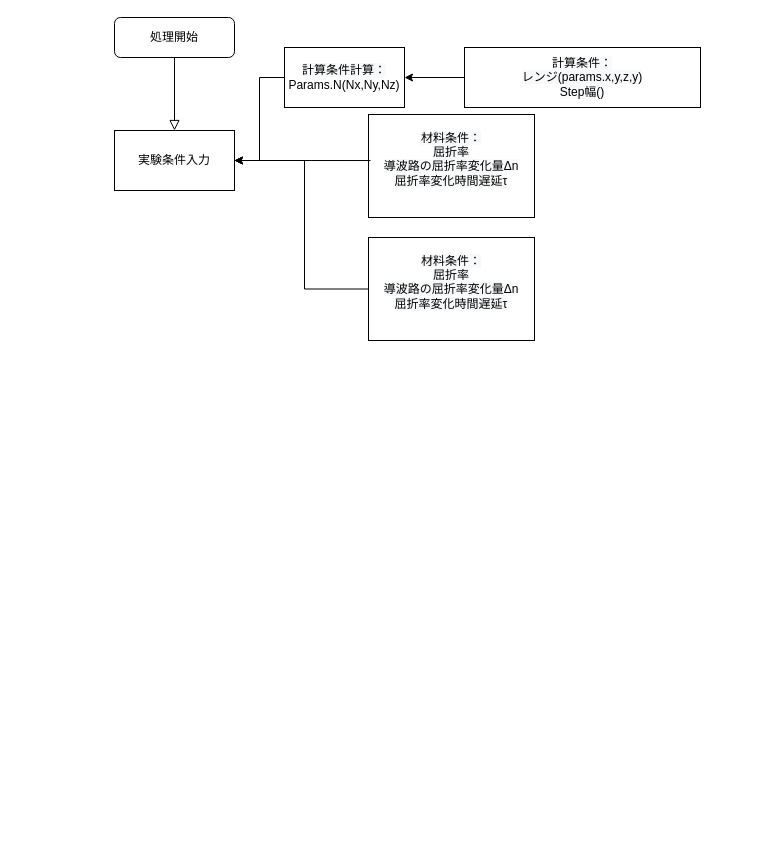
The draw.io diagram 3D_FD_ADI_BPM.drawio in ktoyoda/3D_BeamPropagateMethod, before the edit. Source tidied: cells renumbered, new cells numbered last; positions are measured from the earlier drawing's top-left corner, leaving out a move shared by most shapes. Both pictures are drawn from the tidied source at 100%, with x=0, y=0 at pixel (114, 17). Pictures stored in the file or linked from it are replaced by grey dashed boxes.
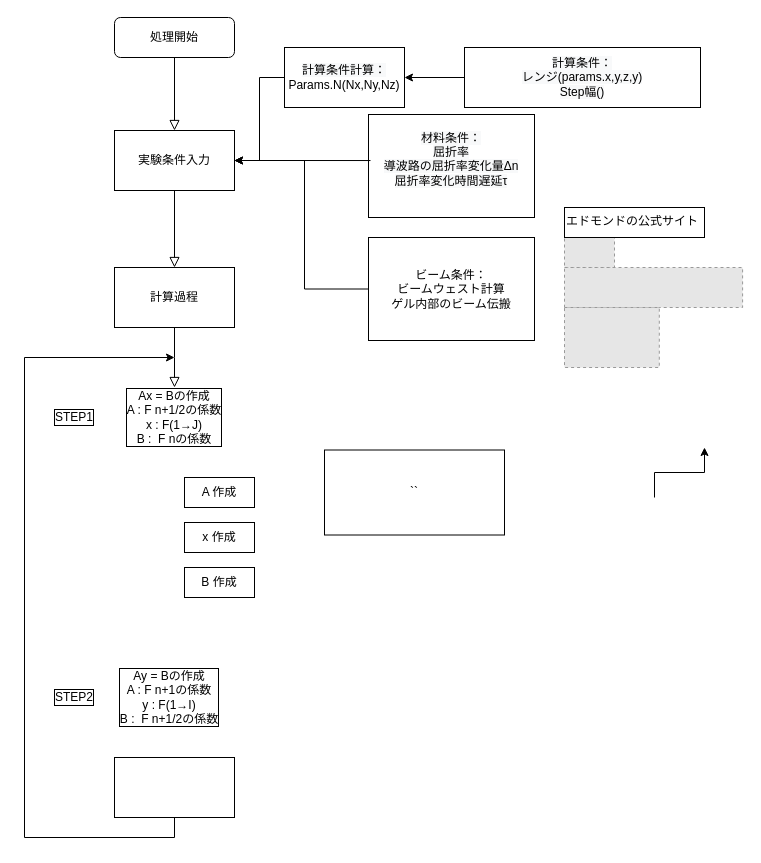
After the change.

Unchanged cells that the change refers to:
```xml
<mxCell id="4" value="実験条件入力" style="rounded=0;whiteSpace=wrap;html=1;" parent="1" vertex="1">
  <mxGeometry y="113" width="120" height="60" as="geometry" />
</mxCell>
```

What changed in the source:
```diff
@@
-    <mxCell id="11" value="&lt;span style=&quot;color: rgb(0 , 0 , 0) ; font-family: &amp;#34;helvetica&amp;#34; ; font-size: 12px ; font-style: normal ; font-weight: 400 ; letter-spacing: normal ; text-align: center ; text-indent: 0px ; text-transform: none ; word-spacing: 0px ; background-color: rgb(248 , 249 , 250) ; display: inline ; float: none&quot;&gt;材料条件：&lt;br&gt;屈折率&lt;br&gt;導波路の屈折率変化量Δn&lt;br&gt;屈折率変化時間遅延τ&lt;br&gt;&lt;br&gt;&lt;/span&gt;" style="rounded=0;whiteSpace=wrap;html=1;" parent="1" vertex="1">
+    <mxCell id="11" value="ビーム条件：&lt;br&gt;ビームウェスト計算&lt;br&gt;ゲル内部のビーム伝搬" style="rounded=0;whiteSpace=wrap;html=1;" parent="1" vertex="1">
       <mxGeometry x="254" y="220" width="166" height="103" as="geometry" />
     </mxCell>
@@
+    <mxCell id="13" style="rounded=0;html=1;jettySize=auto;fontSize=11;endArrow=block;endFill=0;endSize=8;strokeWidth=1;shadow=0;labelBackgroundColor=none;edgeStyle=orthogonalEdgeStyle;exitX=0.5;exitY=1;exitDx=0;exitDy=0;entryX=0.5;entryY=0;entryDx=0;entryDy=0;" parent="1" edge="1" source="4" target="14">
+      <mxGeometry relative="1" as="geometry" />
+    </mxCell>
+    <mxCell id="14" value="計算過程" style="rounded=0;whiteSpace=wrap;html=1;" parent="1" vertex="1">
+      <mxGeometry y="250" width="120" height="60" as="geometry" />
+    </mxCell>
+    <mxCell id="15" style="fillColor=#E6E6E6;strokeColor=#999999;dashed=1;verticalLabelPosition=bottom;labelBackgroundColor=#ffffff;verticalAlign=top;" parent="1" vertex="1">
+      <mxGeometry x="450" y="220" width="50" height="30" as="geometry" />
+    </mxCell>
+    <mxCell id="16" value="エドモンドの公式サイト&lt;br&gt;" style="text;whiteSpace=wrap;html=1;strokeColor=default;" parent="1" vertex="1">
+      <mxGeometry x="450" y="190" width="140" height="30" as="geometry" />
+    </mxCell>
+    <mxCell id="17" style="fillColor=#E6E6E6;strokeColor=#999999;dashed=1;verticalLabelPosition=bottom;labelBackgroundColor=#ffffff;verticalAlign=top;" parent="1" vertex="1">
+      <mxGeometry x="450" y="250" width="178.1" height="40" as="geometry" />
+    </mxCell>
+    <mxCell id="18" style="fillColor=#E6E6E6;strokeColor=#999999;dashed=1;verticalLabelPosition=bottom;labelBackgroundColor=#ffffff;verticalAlign=top;" parent="1" vertex="1">
+      <mxGeometry x="450" y="290" width="94.8" height="60" as="geometry" />
+    </mxCell>
+    <mxCell id="19" style="rounded=0;html=1;jettySize=auto;fontSize=11;endArrow=block;endFill=0;endSize=8;strokeWidth=1;shadow=0;labelBackgroundColor=none;edgeStyle=orthogonalEdgeStyle;exitX=0.5;exitY=1;exitDx=0;exitDy=0;" parent="1" edge="1" source="14">
+      <mxGeometry relative="1" as="geometry">
+        <mxPoint x="60" y="370" as="targetPoint" />
+      </mxGeometry>
+    </mxCell>
+    <mxCell id="20" value="Ax = Bの作成&lt;br&gt;A : F n+1/2の係数&lt;br&gt;x : F(1→J)&lt;br&gt;B :&amp;nbsp; F nの係数" style="rounded=0;whiteSpace=wrap;html=1;labelBorderColor=#000000;strokeColor=none;fillColor=none;" parent="1" vertex="1">
+      <mxGeometry x="10" y="370" width="100" height="60" as="geometry" />
+    </mxCell>
+    <mxCell id="21" value="STEP1" style="text;html=1;strokeColor=none;fillColor=none;align=center;verticalAlign=middle;whiteSpace=wrap;rounded=0;labelBorderColor=#000000;" parent="1" vertex="1">
+      <mxGeometry x="-70" y="385" width="60" height="30" as="geometry" />
+    </mxCell>
+    <mxCell id="22" value="A 作成" style="rounded=0;whiteSpace=wrap;html=1;labelBorderColor=none;strokeColor=default;fillColor=default;" parent="1" vertex="1">
+      <mxGeometry x="70" y="460" width="70" height="30" as="geometry" />
+    </mxCell>
+    <mxCell id="23" style="edgeStyle=orthogonalEdgeStyle;rounded=0;jettySize=auto;html=1;exitX=0.5;exitY=1;exitDx=0;exitDy=0;" parent="1" edge="1" source="24">
+      <mxGeometry relative="1" as="geometry">
+        <mxPoint x="60" y="340" as="targetPoint" />
+        <Array as="points">
+          <mxPoint x="60" y="820" />
+          <mxPoint x="-90" y="820" />
+          <mxPoint x="-90" y="340" />
+        </Array>
+      </mxGeometry>
+    </mxCell>
+    <mxCell id="24" style="rounded=0;whiteSpace=wrap;html=1;labelBorderColor=#000000;strokeColor=default;" parent="1" vertex="1">
+      <mxGeometry y="740" width="120" height="60" as="geometry" />
+    </mxCell>
+    <mxCell id="25" value="STEP2" style="text;html=1;strokeColor=none;fillColor=none;align=center;verticalAlign=middle;whiteSpace=wrap;rounded=0;labelBorderColor=#000000;" parent="1" vertex="1">
+      <mxGeometry x="-70" y="665" width="60" height="30" as="geometry" />
+    </mxCell>
+    <mxCell id="26" style="edgeStyle=elbowEdgeStyle;elbow=vertical;endArrow=classic;html=1;rounded=0;" parent="1" edge="1">
+      <mxGeometry relative="1" as="geometry">
+        <mxPoint x="540" y="480" as="sourcePoint" />
+        <mxPoint x="590" y="430" as="targetPoint" />
+      </mxGeometry>
+    </mxCell>
+    <mxCell id="27" value="Ay = Bの作成&lt;br&gt;A : F n+1の係数&lt;br&gt;y : F(1→I)&lt;br&gt;B :&amp;nbsp; F n+1/2の係数" style="rounded=0;whiteSpace=wrap;html=1;labelBorderColor=#000000;strokeColor=none;fillColor=none;" parent="1" vertex="1">
+      <mxGeometry y="650" width="110" height="60" as="geometry" />
+    </mxCell>
+    <mxCell id="28" value="x 作成" style="rounded=0;whiteSpace=wrap;html=1;labelBorderColor=none;strokeColor=default;fillColor=default;" parent="1" vertex="1">
+      <mxGeometry x="70" y="505" width="70" height="30" as="geometry" />
+    </mxCell>
+    <mxCell id="29" value="B 作成" style="rounded=0;whiteSpace=wrap;html=1;labelBorderColor=none;strokeColor=default;fillColor=default;" parent="1" vertex="1">
+      <mxGeometry x="70" y="550" width="70" height="30" as="geometry" />
+    </mxCell>
+    <mxCell id="30" value="``" style="rounded=0;whiteSpace=wrap;html=1;labelBorderColor=none;strokeColor=default;fillColor=default;gradientColor=none;" parent="1" vertex="1">
+      <mxGeometry x="210" y="432.5" width="180" height="85" as="geometry" />
+    </mxCell>
```
